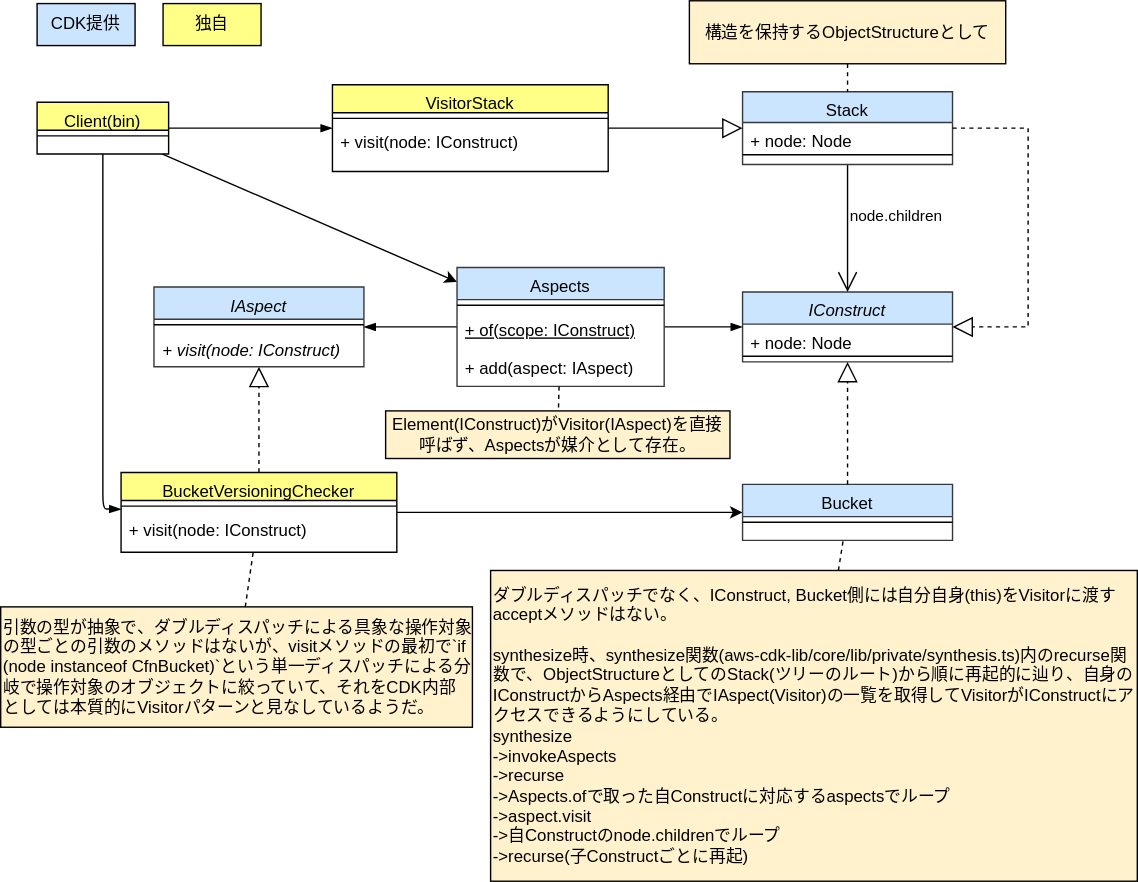
This is drawio/visitor/visitor-cdk-simplified.drawio.svg from go-to-k/cdk-gof-design-pattern, a draw.io export, as it was before one commit. Source tidied: cells renumbered, new cells last; positions are measured from the earlier drawing's top-left corner, leaving out a move shared by most shapes.
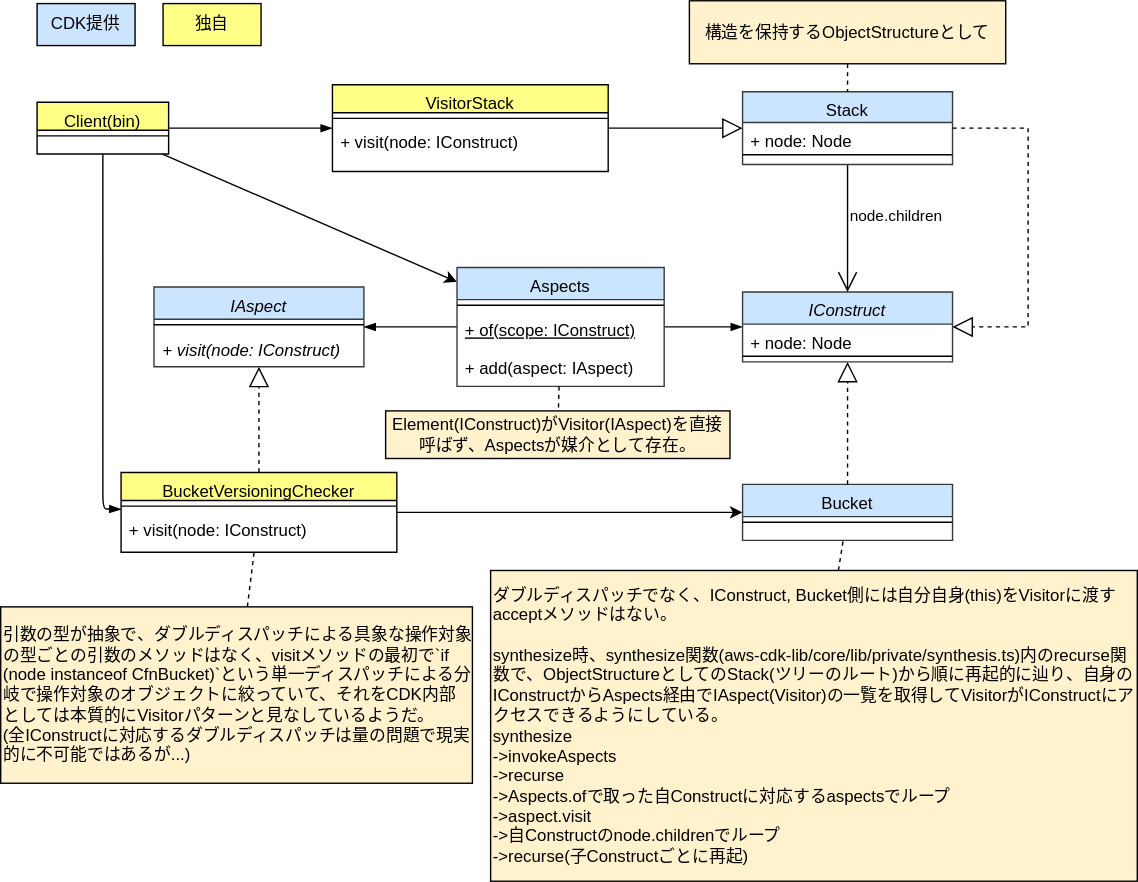
After the commit.

Commit message:
update visitor diagrams

Diff of the diagram source:
```diff
@@ -53,8 +53,8 @@
     <mxCell id="18" style="edgeStyle=none;html=1;strokeColor=#000000;endArrow=none;endFill=0;dashed=1;" parent="1" edge="1" source="19" target="5">
       <mxGeometry relative="1" as="geometry" />
     </mxCell>
-    <mxCell id="19" value="引数の型が抽象で、ダブルディスパッチによる具象な操作対象の型ごとの引数のメソッドはないが、visitメソッドの最初で`if (node instanceof CfnBucket)`という単一ディスパッチによる分岐で操作対象のオブジェクトに絞っていて、それをCDK内部としては本質的にVisitorパターンと見なしているようだ。" style="text;html=1;strokeColor=#000000;fillColor=#fff2cc;align=left;verticalAlign=middle;whiteSpace=wrap;rounded=0;fontColor=#000000;" parent="1" vertex="1">
-      <mxGeometry y="433" width="337" height="86" as="geometry" />
+    <mxCell id="19" value="引数の型が抽象で、ダブルディスパッチによる具象な操作対象の型ごとの引数のメソッドはなく、visitメソッドの最初で`if (node instanceof CfnBucket)`という単一ディスパッチによる分岐で操作対象のオブジェクトに絞っていて、それをCDK内部としては本質的にVisitorパターンと見なしているようだ。&lt;br&gt;(全IConstructに対応するダブルディスパッチは量の問題で現実的に不可能ではあるが...)" style="text;html=1;strokeColor=#000000;fillColor=#fff2cc;align=left;verticalAlign=middle;whiteSpace=wrap;rounded=0;fontColor=#000000;" parent="1" vertex="1">
+      <mxGeometry y="433" width="337" height="126" as="geometry" />
     </mxCell>
     <mxCell id="20" style="edgeStyle=none;html=1;dashed=1;strokeColor=#000000;endArrow=none;endFill=0;" parent="1" edge="1" source="21" target="12">
       <mxGeometry relative="1" as="geometry" />
```
